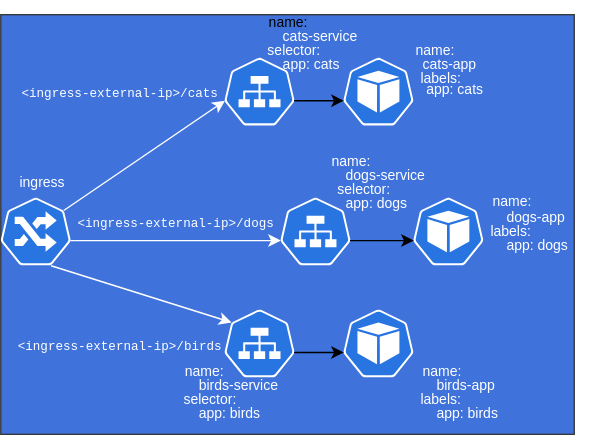
The draw.io diagram kubernetes/Lab-1/diagram.drawio.svg in Joska99/joska, before a commit. Source tidied: cells renumbered, new cells last; positions are measured from the earlier drawing's top-left corner, leaving out a move shared by most shapes.
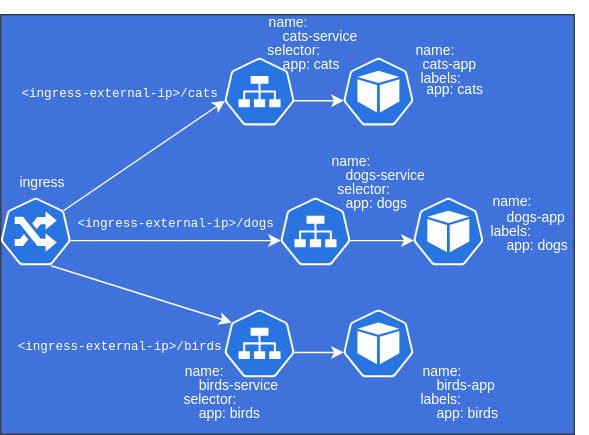
After the change.

The edit, as a diff of the source:
```diff
@@ -68,13 +68,13 @@
     <mxCell id="21" value="&lt;font color=&quot;#ffffff&quot; style=&quot;font-size: 10px;&quot;&gt;app: cats&lt;/font&gt;" style="text;html=1;strokeColor=none;fillColor=none;align=center;verticalAlign=middle;whiteSpace=wrap;rounded=0;" parent="1" vertex="1">
       <mxGeometry x="295" y="47.5" width="60" height="30" as="geometry" />
     </mxCell>
-    <mxCell id="22" style="endArrow=classic;html=1;rounded=0;exitX=0.995;exitY=0.63;exitDx=0;exitDy=0;exitPerimeter=0;entryX=0.005;entryY=0.63;entryDx=0;entryDy=0;entryPerimeter=0;fontColor=#FFFFFF;" parent="1" edge="1" source="6" target="9">
+    <mxCell id="22" style="endArrow=classic;html=1;rounded=0;exitX=0.995;exitY=0.63;exitDx=0;exitDy=0;exitPerimeter=0;entryX=0.005;entryY=0.63;entryDx=0;entryDy=0;entryPerimeter=0;fontColor=#FFFFFF;strokeColor=#FFFFFF;" parent="1" edge="1" source="6" target="9">
       <mxGeometry relative="1" as="geometry" />
     </mxCell>
-    <mxCell id="23" style="endArrow=classic;html=1;rounded=0;exitX=0.995;exitY=0.63;exitDx=0;exitDy=0;exitPerimeter=0;entryX=0.005;entryY=0.63;entryDx=0;entryDy=0;entryPerimeter=0;fontColor=#FFFFFF;" parent="1" edge="1" source="5" target="8">
+    <mxCell id="23" style="endArrow=classic;html=1;rounded=0;exitX=0.995;exitY=0.63;exitDx=0;exitDy=0;exitPerimeter=0;entryX=0.005;entryY=0.63;entryDx=0;entryDy=0;entryPerimeter=0;fontColor=#FFFFFF;strokeColor=#FFFFFF;" parent="1" edge="1" source="5" target="8">
       <mxGeometry relative="1" as="geometry" />
     </mxCell>
-    <mxCell id="24" style="endArrow=classic;html=1;rounded=0;exitX=0.995;exitY=0.63;exitDx=0;exitDy=0;exitPerimeter=0;entryX=0.005;entryY=0.63;entryDx=0;entryDy=0;entryPerimeter=0;fontColor=#FFFFFF;" parent="1" edge="1" source="4" target="7">
+    <mxCell id="24" style="endArrow=classic;html=1;rounded=0;exitX=0.995;exitY=0.63;exitDx=0;exitDy=0;exitPerimeter=0;entryX=0.005;entryY=0.63;entryDx=0;entryDy=0;entryPerimeter=0;fontColor=#FFFFFF;strokeColor=#FFFFFF;" parent="1" edge="1" source="4" target="7">
       <mxGeometry relative="1" as="geometry" />
     </mxCell>
     <mxCell id="25" value="&lt;font color=&quot;#ffffff&quot; style=&quot;font-size: 10px;&quot;&gt;birds-app&lt;/font&gt;" style="text;html=1;strokeColor=none;fillColor=none;align=left;verticalAlign=middle;whiteSpace=wrap;rounded=0;" parent="1" vertex="1">
@@ -128,7 +128,7 @@
     <mxCell id="41" value="&lt;font color=&quot;#ffffff&quot; style=&quot;font-size: 10px;&quot;&gt;selector:&lt;/font&gt;" style="text;html=1;strokeColor=none;fillColor=none;align=center;verticalAlign=middle;whiteSpace=wrap;rounded=0;" parent="1" vertex="1">
       <mxGeometry x="230" y="120" width="60" height="30" as="geometry" />
     </mxCell>
-    <mxCell id="42" value="&lt;font style=&quot;font-size: 10px;&quot;&gt;name:&lt;/font&gt;" style="text;html=1;strokeColor=none;fillColor=none;align=left;verticalAlign=middle;whiteSpace=wrap;rounded=0;" parent="1" vertex="1">
+    <mxCell id="42" value="&lt;font color=&quot;#ffffff&quot; style=&quot;font-size: 10px;&quot;&gt;name:&lt;/font&gt;" style="text;html=1;strokeColor=none;fillColor=none;align=left;verticalAlign=middle;whiteSpace=wrap;rounded=0;" parent="1" vertex="1">
       <mxGeometry x="190" width="60" height="30" as="geometry" />
     </mxCell>
     <mxCell id="43" value="&lt;font color=&quot;#ffffff&quot; style=&quot;font-size: 10px;&quot;&gt;selector:&lt;/font&gt;" style="text;html=1;strokeColor=none;fillColor=none;align=center;verticalAlign=middle;whiteSpace=wrap;rounded=0;" parent="1" vertex="1">
```
